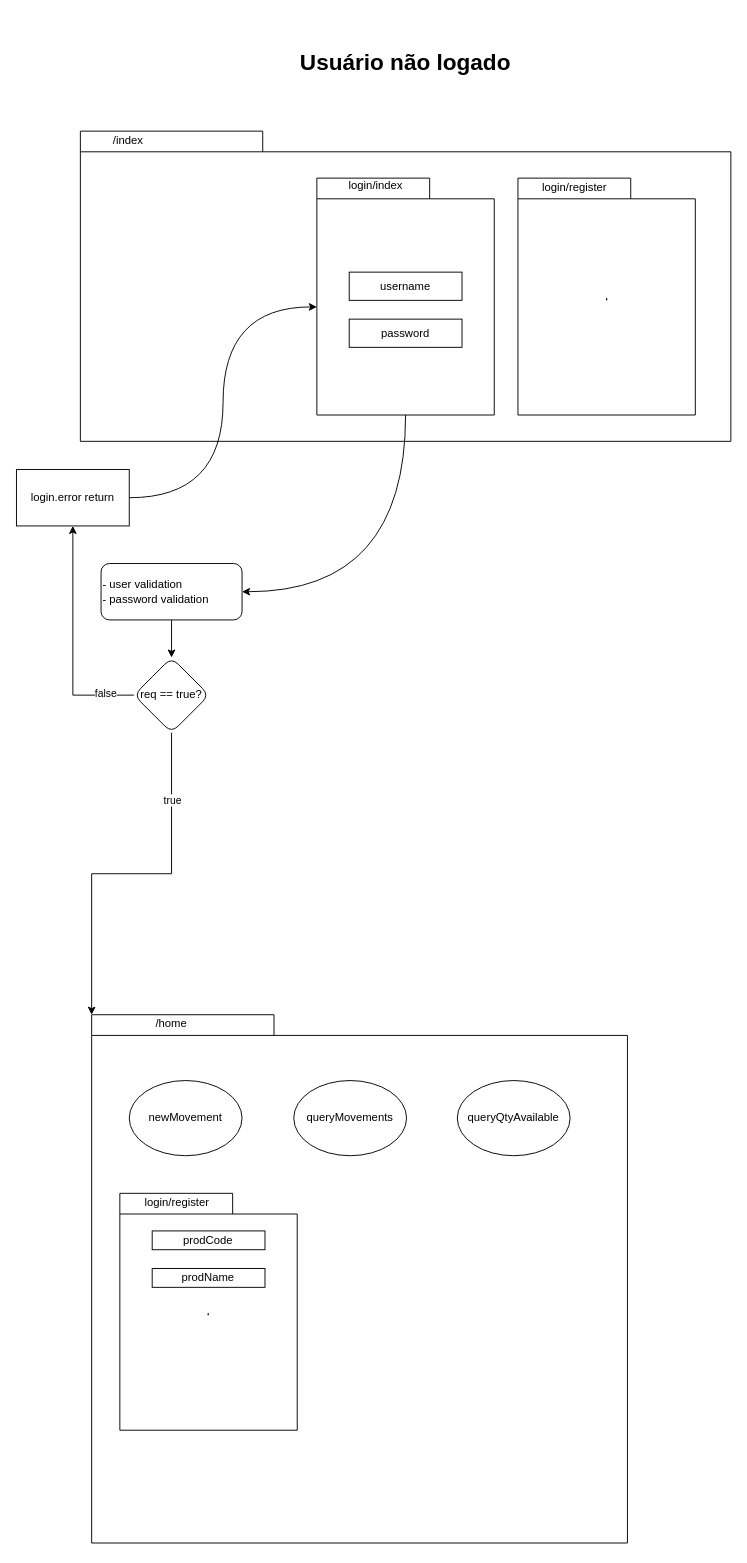
caioreges/caioreges keeps this draw.io diagram as Diagrama sem nome.drawio. Above is the earlier version. Source tidied: cells renumbered, new cells numbered last; positions are measured from the earlier drawing's top-left corner, leaving out a move shared by most shapes. Both pictures are drawn from the tidied source at 94%, with x=0, y=0 at pixel (16, 37).
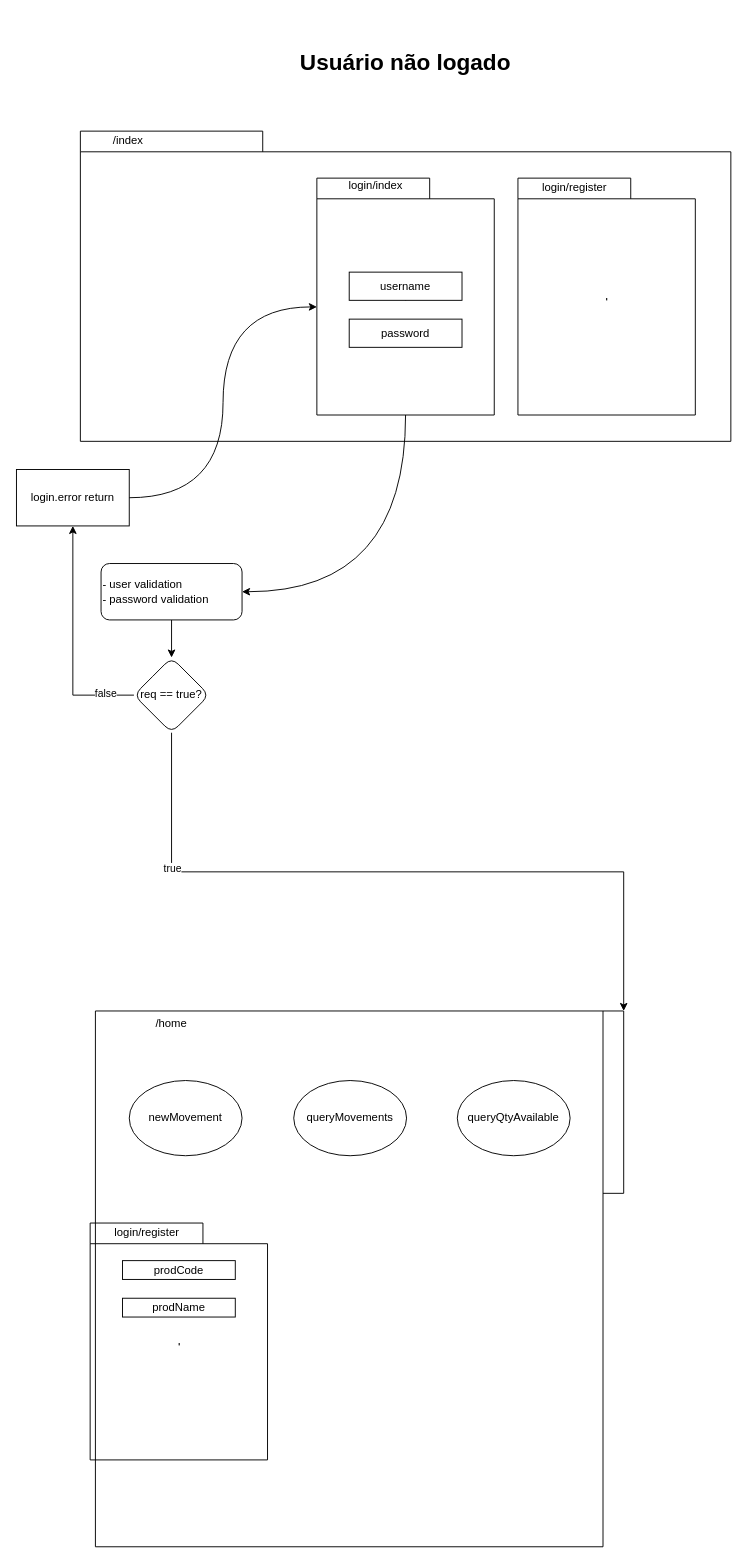
Above is the later version.

Change to the diagram source:
```diff
@@
-    <mxCell id="3" style="shape=folder;fontStyle=1;spacingTop=10;tabWidth=194;tabHeight=22;tabPosition=left;html=1;rounded=0;shadow=0;comic=0;labelBackgroundColor=none;strokeWidth=1;fillColor=none;fontFamily=Verdana;fontSize=10;align=center;" parent="1" vertex="1">
-      <mxGeometry x="80" y="1040" width="570" height="562" as="geometry" />
+    <mxCell id="3" style="shape=folder;fontStyle=1;spacingTop=10;tabWidth=194;tabHeight=22;tabPosition=left;html=1;rounded=0;shadow=0;comic=0;labelBackgroundColor=none;strokeWidth=1;fillColor=none;fontFamily=Verdana;fontSize=10;align=center;direction=south;" parent="1" vertex="1">
+      <mxGeometry x="84" y="1036" width="562" height="570" as="geometry" />
     </mxCell>
@@
-    <mxCell id="29" style="group;" parent="1" vertex="1">
-      <mxGeometry x="110" y="1230" width="188.7" height="252" as="geometry" />
+    <mxCell id="29" style="group;direction=south;" parent="1" vertex="1">
+      <mxGeometry x="78.4" y="1261.6" width="252" height="188.7" as="geometry" />
     </mxCell>
```
